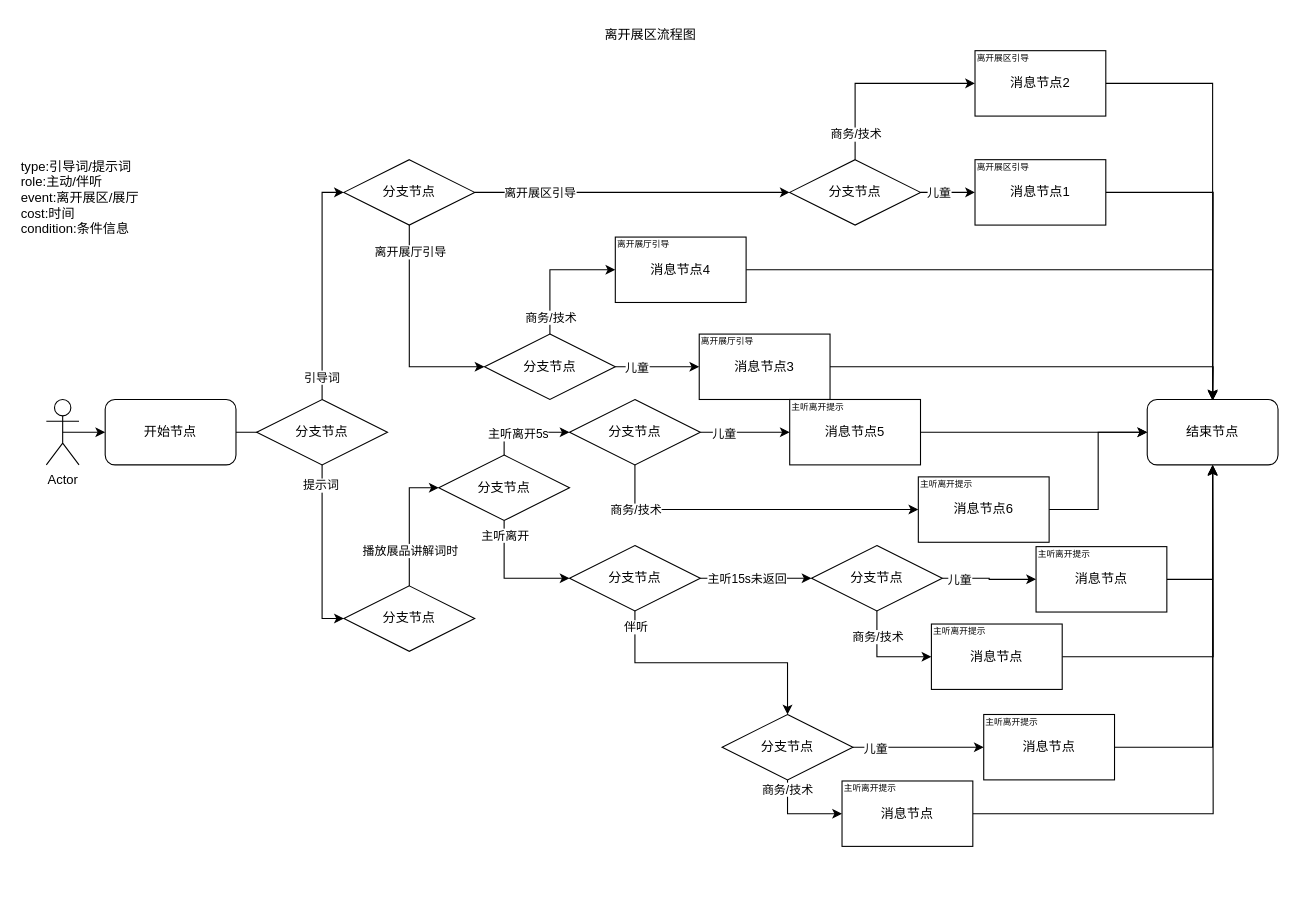
Before: 8.离开展厅.drawio in huaxiaojilzg/workflow_draw, a draw.io diagram. Source tidied: cells renumbered, new cells numbered last; positions are measured from the earlier drawing's top-left corner, leaving out a move shared by most shapes. Both pictures are drawn from the tidied source at 109%, with x=0, y=0 at pixel (19, 19).
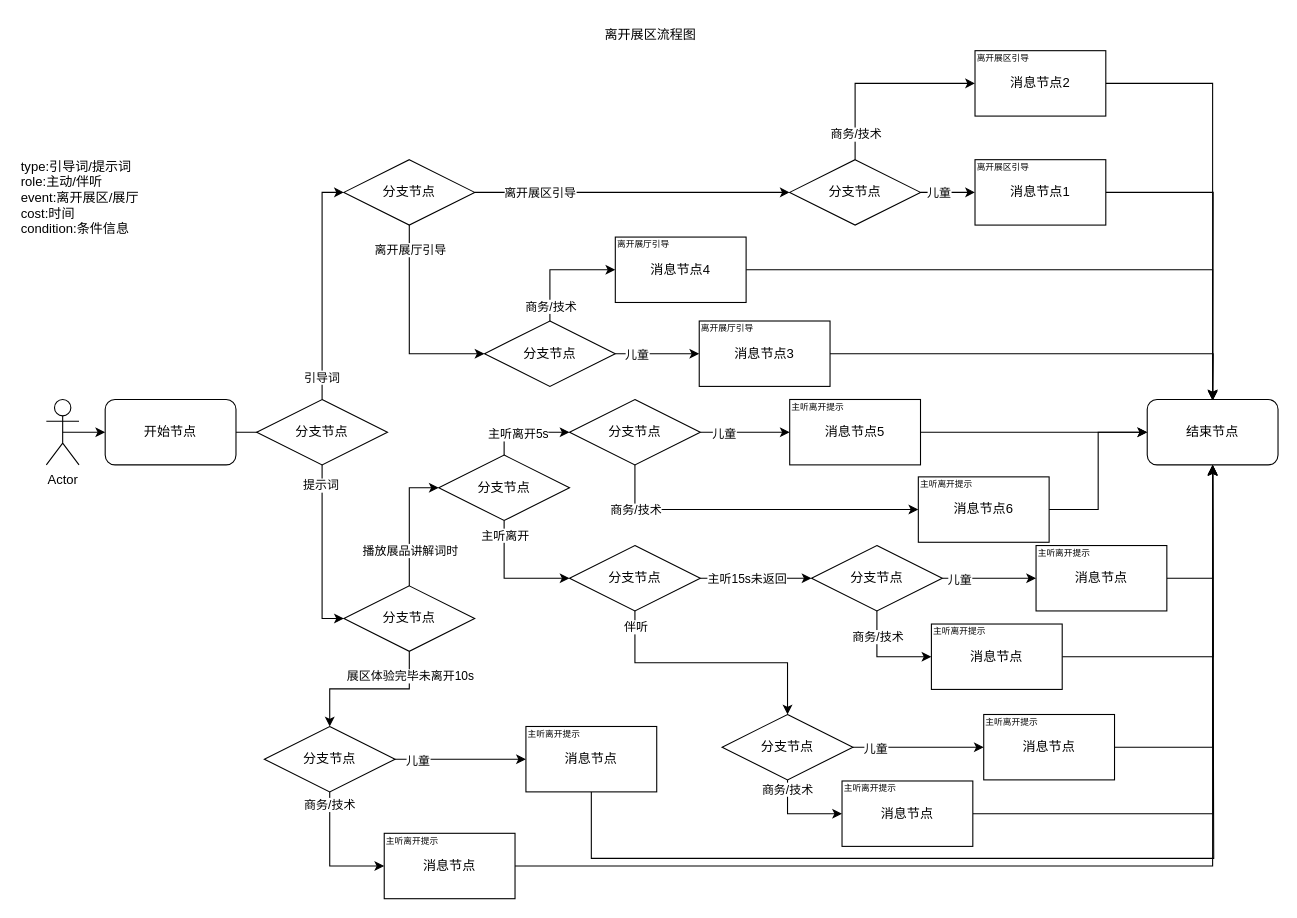
After the change.

Commit message:
更新8.离开展厅.drawio

The change refers to these unchanged cells:
```xml
<mxCell id="40" value="结束节点" style="rounded=1;whiteSpace=wrap;html=1;" parent="1" vertex="1">
  <mxGeometry x="1035" y="349" width="120" height="60" as="geometry" />
</mxCell>
<mxCell id="59" value="分支节点" style="rhombus;whiteSpace=wrap;html=1;" parent="1" vertex="1">
  <mxGeometry x="298" y="520" width="120" height="60" as="geometry" />
</mxCell>
```

Change to the diagram source:
```diff
@@
     <mxCell id="28" value="分支节点" style="rhombus;whiteSpace=wrap;html=1;" parent="1" vertex="1">
-      <mxGeometry x="427" y="289" width="120" height="60" as="geometry" />
+      <mxGeometry x="427" y="277" width="120" height="60" as="geometry" />
     </mxCell>
@@
     <mxCell id="32" value="消息节点3" style="rounded=0;whiteSpace=wrap;html=1;" parent="1" vertex="1">
-      <mxGeometry x="624" y="289" width="120" height="60" as="geometry" />
+      <mxGeometry x="624" y="277" width="120" height="60" as="geometry" />
     </mxCell>
@@
     <mxCell id="34" value="&lt;font style=&quot;font-size: 8px;&quot;&gt;离开展厅引导&lt;/font&gt;" style="text;html=1;align=left;verticalAlign=middle;whiteSpace=wrap;rounded=0;" parent="1" vertex="1">
-      <mxGeometry x="624" y="289" width="70" height="11" as="geometry" />
+      <mxGeometry x="624" y="277" width="70" height="11" as="geometry" />
     </mxCell>
@@
+    <mxCell id="87" style="edgeStyle=orthogonalEdgeStyle;rounded=0;jettySize=auto;html=1;exitX=0.5;exitY=1;exitDx=0;exitDy=0;entryX=0.5;entryY=0;entryDx=0;entryDy=0;" parent="1" edge="1" source="59" target="93">
+      <mxGeometry relative="1" as="geometry" />
+    </mxCell>
+    <mxCell id="88" value="展区体验完毕未离开10s" style="edgeLabel;html=1;align=center;verticalAlign=middle;" parent="87" vertex="1">
+      <mxGeometry x="-0.69" relative="1" as="geometry" />
+    </mxCell>
@@
     <mxCell id="82" value="消息节点" style="rounded=0;whiteSpace=wrap;html=1;" parent="1" vertex="1">
-      <mxGeometry x="933" y="484" width="120" height="60" as="geometry" />
+      <mxGeometry x="933" y="483" width="120" height="60" as="geometry" />
     </mxCell>
     <mxCell id="83" value="&lt;span style=&quot;font-size: 8px;&quot;&gt;主听离开提示&lt;/span&gt;" style="text;html=1;align=left;verticalAlign=middle;whiteSpace=wrap;rounded=0;" parent="1" vertex="1">
-      <mxGeometry x="933" y="484" width="70" height="11" as="geometry" />
+      <mxGeometry x="933" y="483" width="70" height="11" as="geometry" />
     </mxCell>
@@
+    <mxCell id="89" style="edgeStyle=orthogonalEdgeStyle;rounded=0;jettySize=auto;html=1;exitX=1;exitY=0.5;exitDx=0;exitDy=0;entryX=0;entryY=0.5;entryDx=0;entryDy=0;" parent="1" edge="1" source="93" target="95">
+      <mxGeometry relative="1" as="geometry" />
+    </mxCell>
+    <mxCell id="90" value="儿童" style="edgeLabel;html=1;align=center;verticalAlign=middle;" parent="89" vertex="1">
+      <mxGeometry x="-0.66" y="-1" relative="1" as="geometry" />
+    </mxCell>
+    <mxCell id="91" style="edgeStyle=orthogonalEdgeStyle;rounded=0;jettySize=auto;html=1;exitX=0.5;exitY=1;exitDx=0;exitDy=0;entryX=0;entryY=0.5;entryDx=0;entryDy=0;" parent="1" edge="1" source="93" target="98">
+      <mxGeometry relative="1" as="geometry" />
+    </mxCell>
+    <mxCell id="92" value="商务/技术" style="edgeLabel;html=1;align=center;verticalAlign=middle;" parent="91" vertex="1">
+      <mxGeometry x="-0.81" y="-1" relative="1" as="geometry" />
+    </mxCell>
+    <mxCell id="93" value="分支节点" style="rhombus;whiteSpace=wrap;html=1;" parent="1" vertex="1">
+      <mxGeometry x="225" y="649" width="120" height="60" as="geometry" />
+    </mxCell>
+    <mxCell id="94" style="edgeStyle=orthogonalEdgeStyle;rounded=0;jettySize=auto;html=1;exitX=0.5;exitY=1;exitDx=0;exitDy=0;" parent="1" edge="1" source="95">
+      <mxGeometry relative="1" as="geometry">
+        <mxPoint x="1095" y="410" as="targetPoint" />
+        <Array as="points">
+          <mxPoint x="525" y="770" />
+          <mxPoint x="1096" y="770" />
+          <mxPoint x="1096" y="410" />
+        </Array>
+      </mxGeometry>
+    </mxCell>
+    <mxCell id="95" value="消息节点" style="rounded=0;whiteSpace=wrap;html=1;" parent="1" vertex="1">
+      <mxGeometry x="465" y="649" width="120" height="60" as="geometry" />
+    </mxCell>
+    <mxCell id="96" value="&lt;span style=&quot;font-size: 8px;&quot;&gt;主听离开提示&lt;/span&gt;" style="text;html=1;align=left;verticalAlign=middle;whiteSpace=wrap;rounded=0;" parent="1" vertex="1">
+      <mxGeometry x="465" y="649" width="70" height="11" as="geometry" />
+    </mxCell>
+    <mxCell id="97" style="edgeStyle=orthogonalEdgeStyle;rounded=0;jettySize=auto;html=1;exitX=1;exitY=0.5;exitDx=0;exitDy=0;entryX=0.5;entryY=1;entryDx=0;entryDy=0;" parent="1" edge="1" source="98" target="40">
+      <mxGeometry relative="1" as="geometry" />
+    </mxCell>
+    <mxCell id="98" value="消息节点" style="rounded=0;whiteSpace=wrap;html=1;" parent="1" vertex="1">
+      <mxGeometry x="335" y="747" width="120" height="60" as="geometry" />
+    </mxCell>
+    <mxCell id="99" value="&lt;font style=&quot;font-size: 8px;&quot;&gt;主听离开提示&lt;/font&gt;" style="text;html=1;align=left;verticalAlign=middle;whiteSpace=wrap;rounded=0;" parent="1" vertex="1">
+      <mxGeometry x="335" y="747" width="70" height="11" as="geometry" />
+    </mxCell>
```
